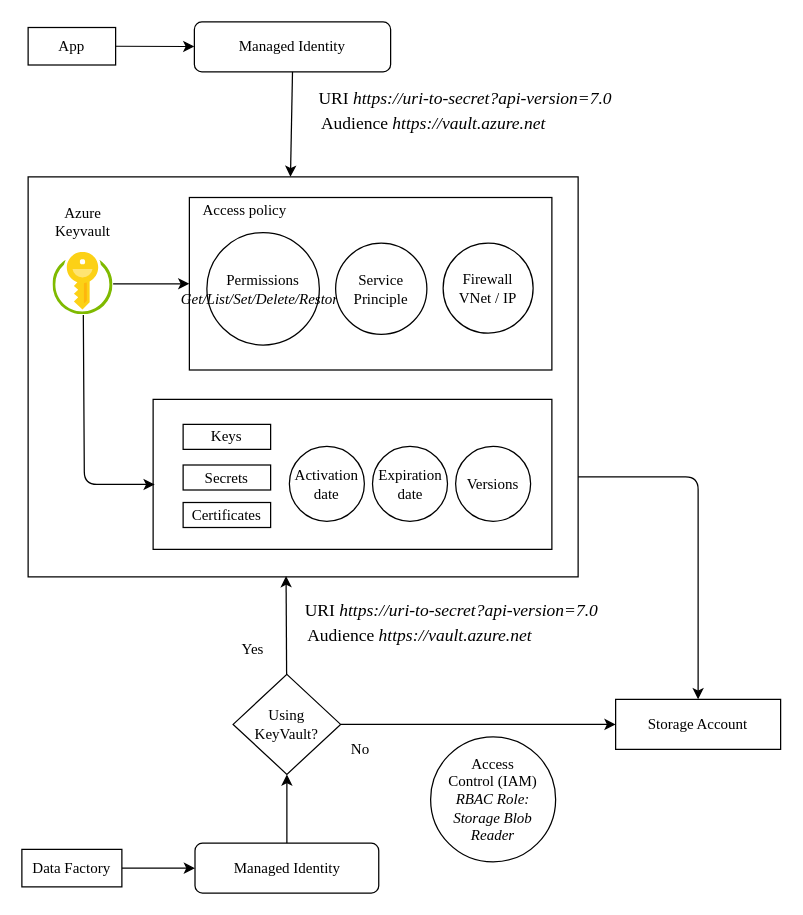
The draw.io diagram Architecture.drawio in mail4hafij/Azure-KeyVault, before the edit. Source tidied: cells renumbered, new cells numbered last; positions are measured from the earlier drawing's top-left corner, leaving out a move shared by most shapes. Both pictures are drawn from the tidied source at 125%, with x=0, y=0 at pixel (21, 21).
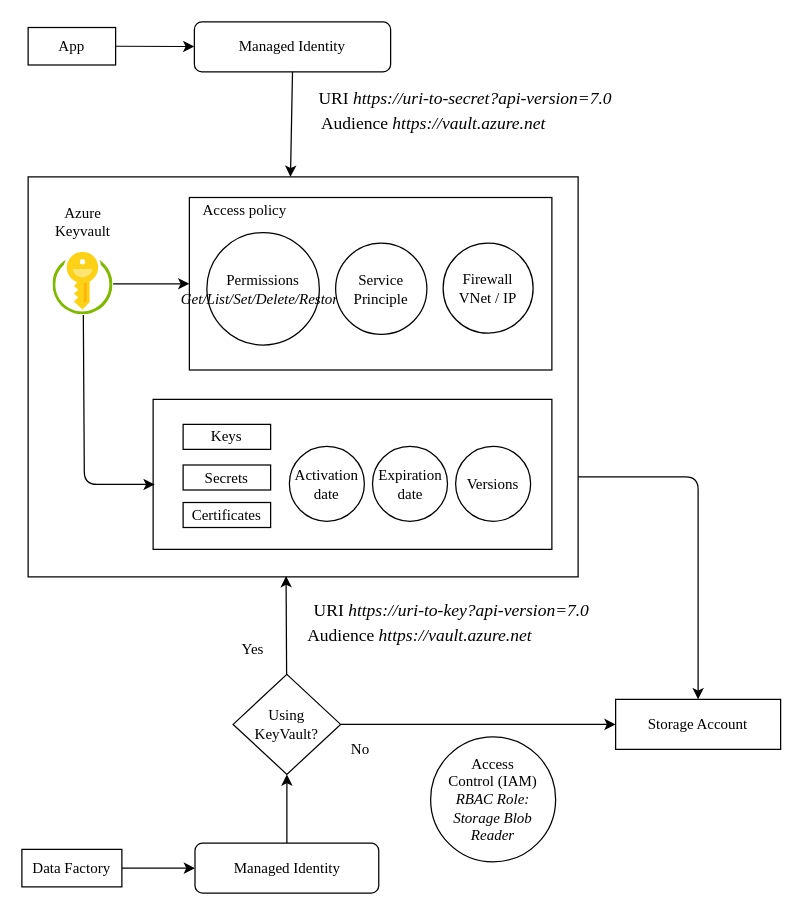
Above is the later version.

What changed in the source:
```diff
@@
-    <mxCell id="30" value="&lt;font style=&quot;font-size: 14px&quot;&gt;URI &lt;i&gt;https://uri-to-secret?api-version=7.0&lt;/i&gt;&lt;/font&gt;" style="text;html=1;strokeColor=none;fillColor=none;align=center;verticalAlign=middle;whiteSpace=wrap;rounded=0;fontFamily=Times New Roman;" parent="1" vertex="1">
+    <mxCell id="30" value="&lt;font style=&quot;font-size: 14px&quot;&gt;URI &lt;i&gt;https://uri-to-key?api-version=7.0&lt;/i&gt;&lt;/font&gt;" style="text;html=1;strokeColor=none;fillColor=none;align=center;verticalAlign=middle;whiteSpace=wrap;rounded=0;fontFamily=Times New Roman;" parent="1" vertex="1">
       <mxGeometry x="194" y="462" width="300" height="20" as="geometry" />
     </mxCell>
```
